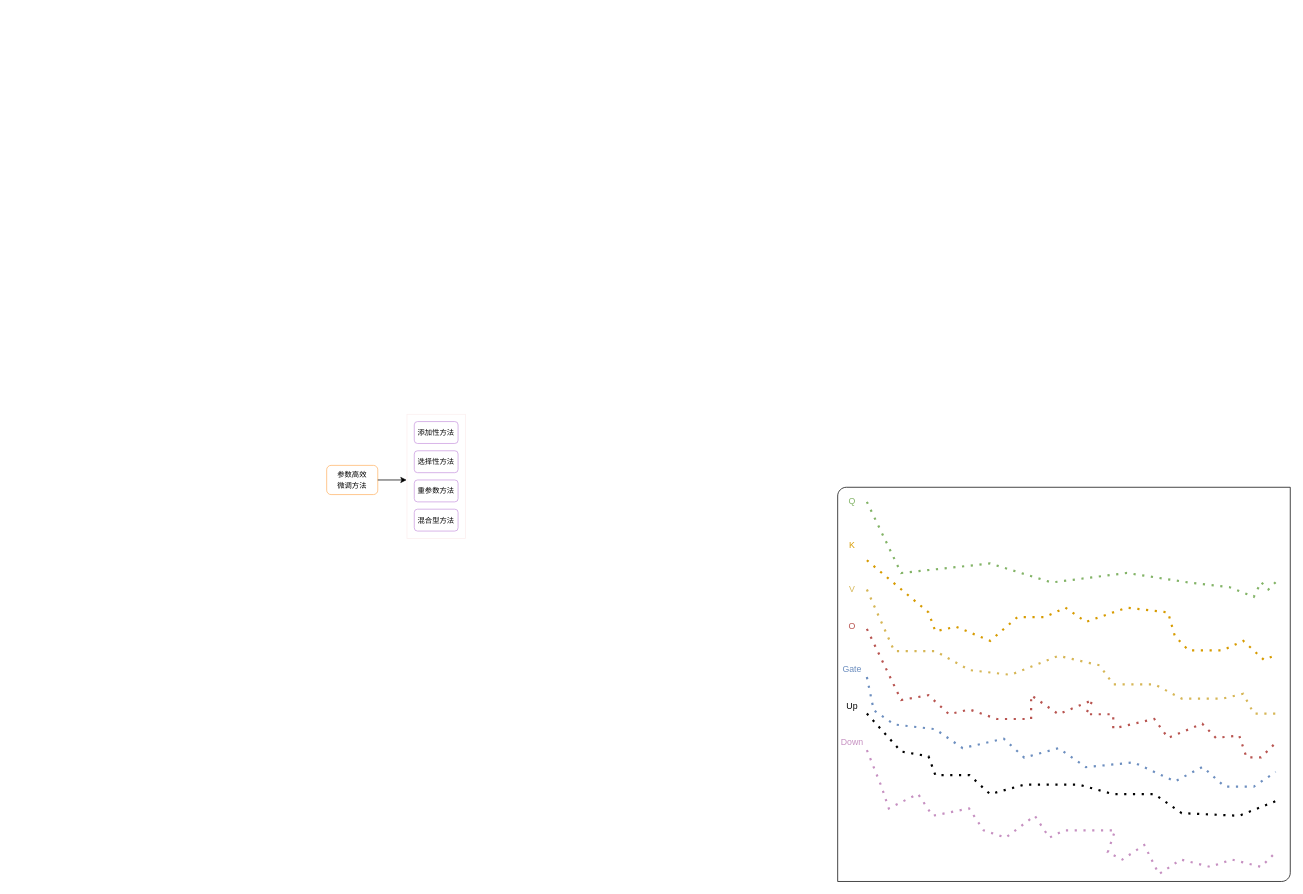
Earlier version of the draw.io diagram page "第 5 页" (5 of 5) of 梯度范数极值.drawio (ZhaoYunfei94/zyf-learning-git). Source tidied: cells renumbered, new cells numbered last; positions are measured from the earlier drawing's top-left corner, leaving out a move shared by most shapes. Both pictures are drawn from the tidied source at 73%, with x=0, y=0 at pixel (326, 414).
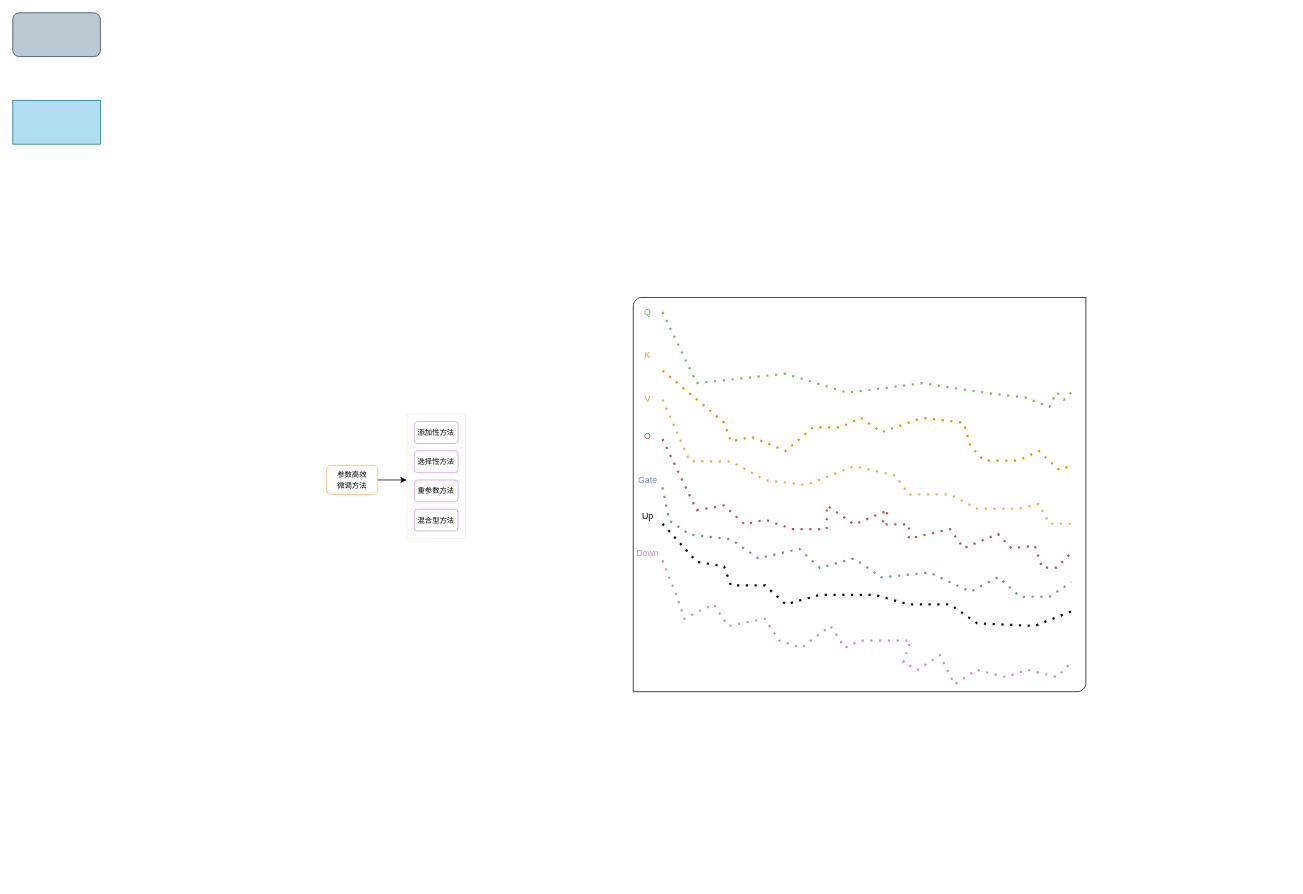
After the change.

Change to the diagram source:
```diff
@@
     <mxCell id="3" style="group;" parent="1" vertex="1">
-      <mxGeometry x="700" y="100" width="620" height="540" as="geometry" />
+      <mxGeometry x="420" y="-160" width="620" height="540" as="geometry" />
     </mxCell>
@@
+    <mxCell id="25" style="rounded=1;whiteSpace=wrap;html=1;fillColor=#bac8d3;strokeColor=#23445d;" parent="1" vertex="1">
+      <mxGeometry x="-430" y="-550" width="120" height="60" as="geometry" />
+    </mxCell>
+    <mxCell id="26" style="rounded=0;whiteSpace=wrap;html=1;fillColor=#b1ddf0;strokeColor=#10739e;" parent="1" vertex="1">
+      <mxGeometry x="-430" y="-430" width="120" height="60" as="geometry" />
+    </mxCell>
```
